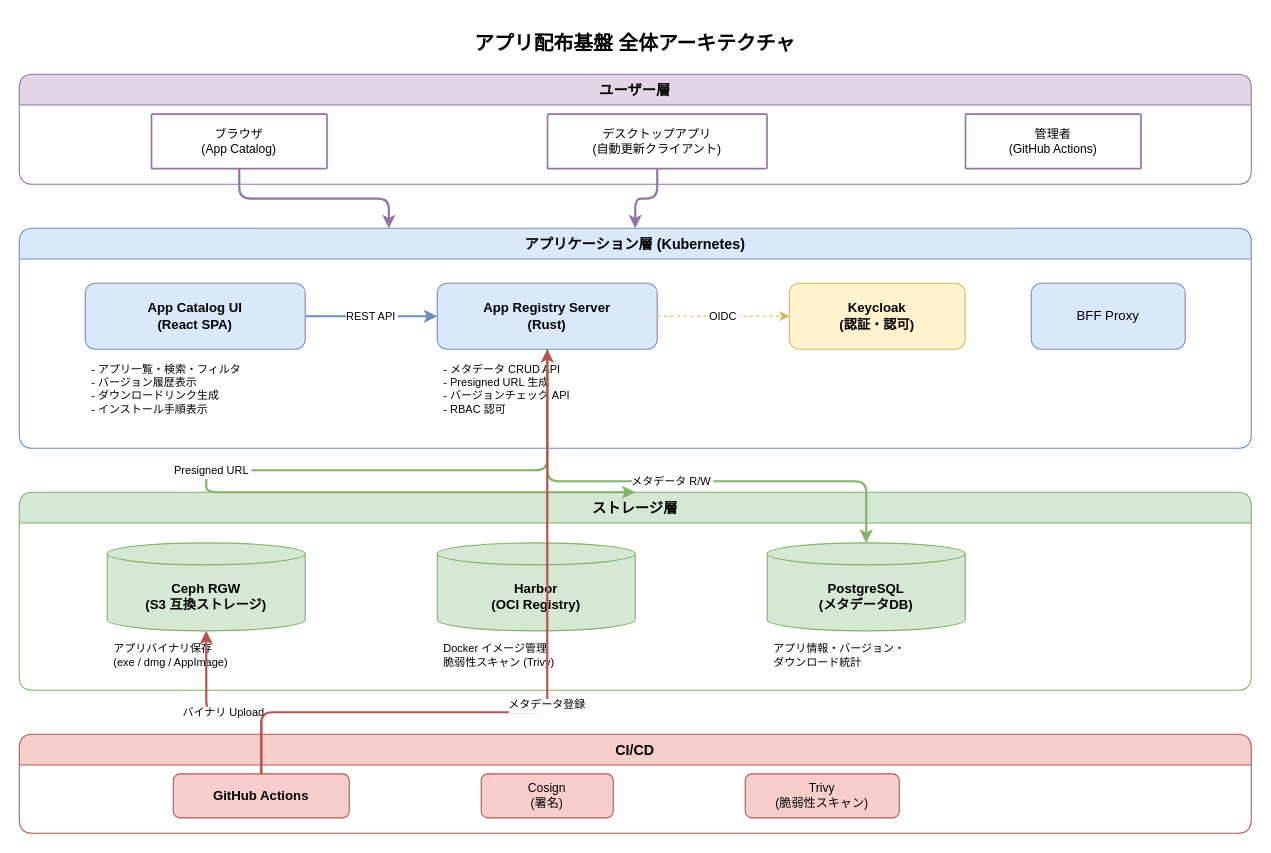
This is docs/infrastructure/distribution/images/app-distribution-architecture.drawio from RyuheiKiso/k1s0, a draw.io file, before an edit. Source tidied: cells renumbered, new cells numbered last; positions are measured from the earlier drawing's top-left corner, leaving out a move shared by most shapes. Both pictures are drawn from the tidied source at 110%, with x=0, y=0 at pixel (19, 19).
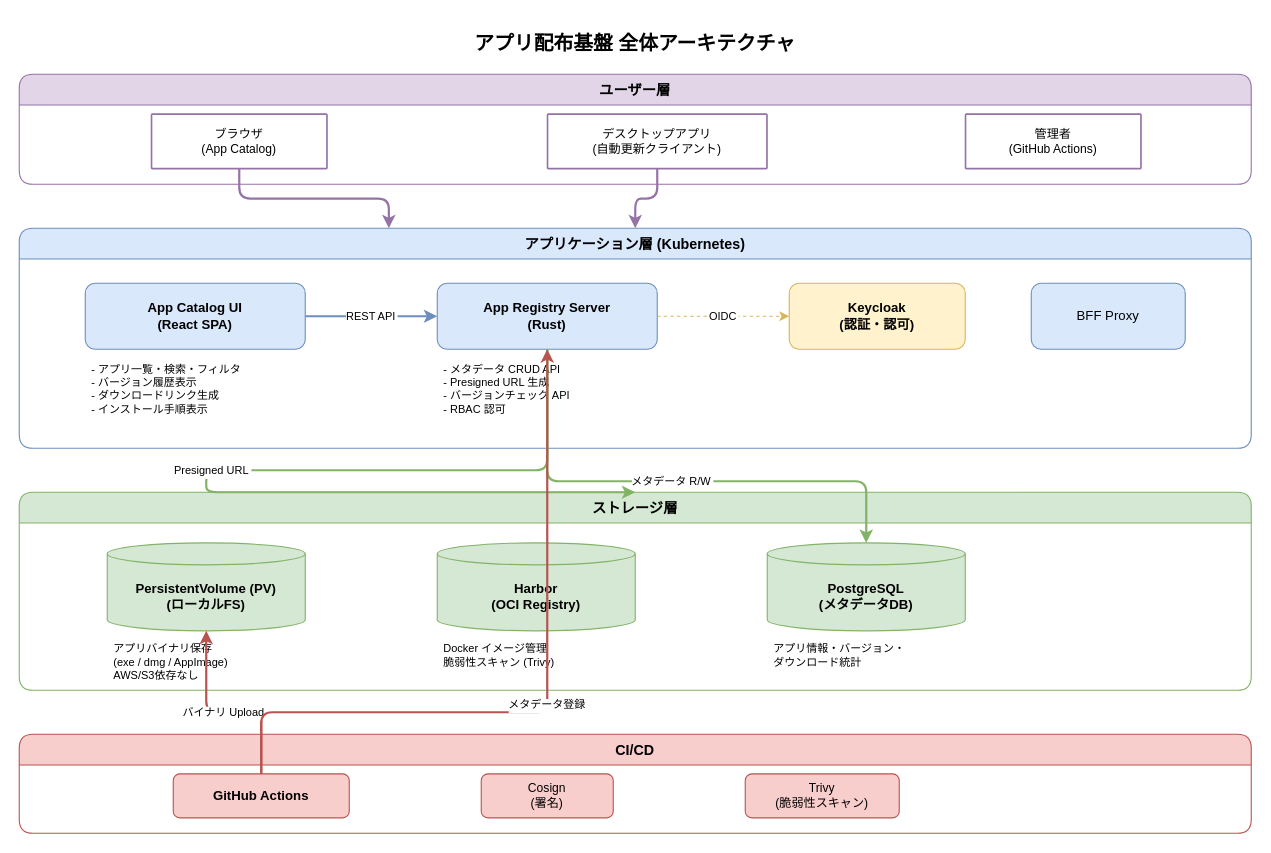
The same page after the edit.

Unchanged cells that the change refers to:
```xml
<mxCell id="14" value="ストレージ層" style="swimlane;startSize=28;fillColor=#d5e8d4;strokeColor=#82b366;fontStyle=1;fontSize=13;rounded=1;" parent="1" vertex="1">
  <mxGeometry y="430" width="1120" height="180" as="geometry" />
</mxCell>
```

Change to the diagram source:
```diff
@@
-    <mxCell id="15" value="Ceph RGW&#10;(S3 互換ストレージ)" style="shape=cylinder3;whiteSpace=wrap;boundedLbl=1;backgroundOutline=1;size=10;fontSize=12;fillColor=#d5e8d4;strokeColor=#82b366;fontStyle=1;" parent="14" vertex="1">
+    <mxCell id="15" value="PersistentVolume (PV)&#10;(ローカルFS)" style="shape=cylinder3;whiteSpace=wrap;boundedLbl=1;backgroundOutline=1;size=10;fontSize=12;fillColor=#d5e8d4;strokeColor=#82b366;fontStyle=1;" parent="14" vertex="1">
       <mxGeometry x="80" y="46" width="180" height="80" as="geometry" />
     </mxCell>
-    <mxCell id="16" value="アプリバイナリ保存&#10;(exe / dmg / AppImage)" style="text;align=left;verticalAlign=top;fontSize=10;fillColor=none;strokeColor=none;spacingLeft=4;" parent="14" vertex="1">
+    <mxCell id="16" value="アプリバイナリ保存&#10;(exe / dmg / AppImage)&#10;AWS/S3依存なし" style="text;align=left;verticalAlign=top;fontSize=10;fillColor=none;strokeColor=none;spacingLeft=4;" parent="14" vertex="1">
       <mxGeometry x="80" y="130" width="180" height="36" as="geometry" />
     </mxCell>
```
